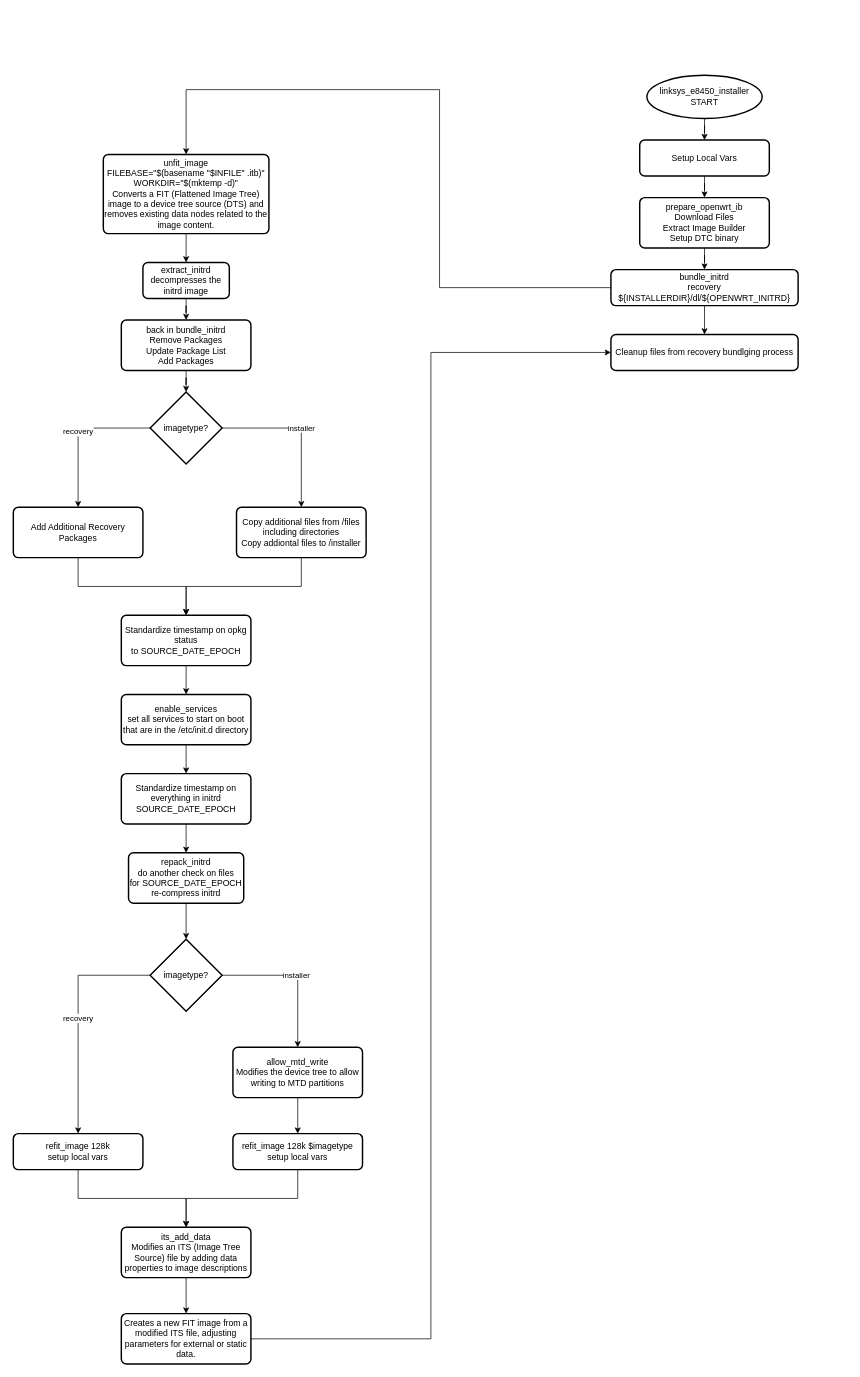
This is Untitled Diagram.drawio from clutch2sft/tg-owrt-ubi-installer, a draw.io file, before an edit. Source tidied: cells renumbered, new cells numbered last; positions are measured from the earlier drawing's top-left corner, leaving out a move shared by most shapes. Both pictures are drawn from the tidied source at 72%, with x=0, y=0 at pixel (13, 75).
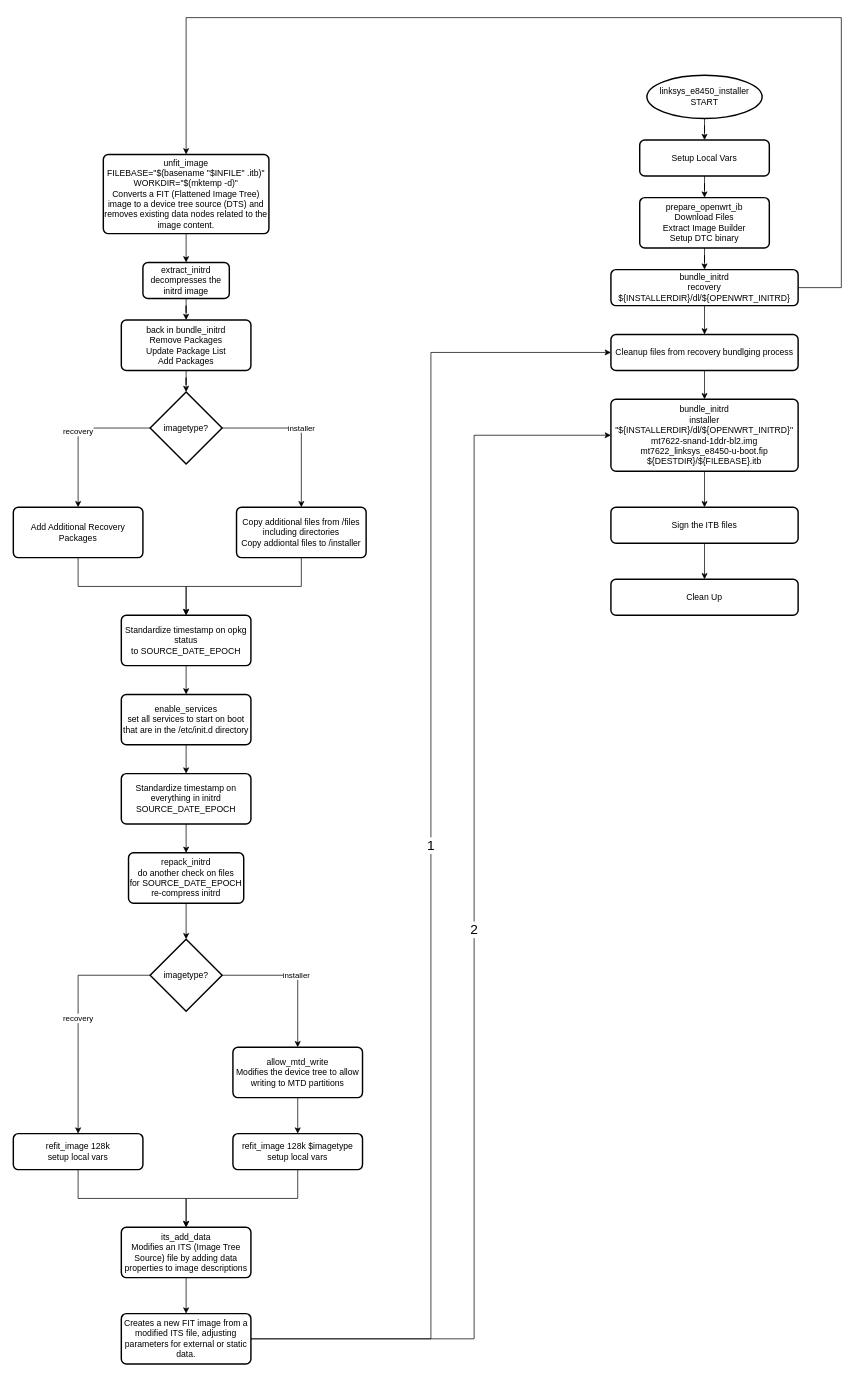
Above is the later version.

Unchanged cells that the change refers to:
```xml
<mxCell id="10" value="bundle_initrd&lt;br&gt;recovery&lt;br&gt;${INSTALLERDIR}/dl/${OPENWRT_INITRD}" style="rounded=1;whiteSpace=wrap;html=1;absoluteArcSize=1;arcSize=14;strokeWidth=2;" parent="1" vertex="1">
  <mxGeometry x="830" y="270" width="260" height="50" as="geometry" />
</mxCell>
<mxCell id="42" value="Creates a new FIT image from a modified ITS file, adjusting parameters for external or static data." style="rounded=1;whiteSpace=wrap;html=1;absoluteArcSize=1;arcSize=14;strokeWidth=2;" parent="1" vertex="1">
  <mxGeometry x="150" y="1720" width="180" height="70" as="geometry" />
</mxCell>
<mxCell id="43" value="Cleanup files from recovery bundlging process" style="rounded=1;whiteSpace=wrap;html=1;absoluteArcSize=1;arcSize=14;strokeWidth=2;" parent="1" vertex="1">
  <mxGeometry x="830" y="360" width="260" height="50" as="geometry" />
</mxCell>
<mxCell id="45" value="unfit_image&lt;br&gt;FILEBASE=&quot;$(basename &quot;$INFILE&quot; .itb)&quot;&lt;br&gt;WORKDIR=&quot;$(mktemp -d)&quot;&lt;br&gt;Converts a FIT (Flattened Image Tree) image to a device tree source (DTS) and removes existing data nodes related to the image content." style="rounded=1;whiteSpace=wrap;html=1;absoluteArcSize=1;arcSize=14;strokeWidth=2;" parent="1" vertex="1">
  <mxGeometry x="125" y="110" width="230" height="110" as="geometry" />
</mxCell>
```

Change to the diagram source:
```diff
@@
+    <mxCell id="9" style="edgeStyle=orthogonalEdgeStyle;rounded=0;jettySize=auto;html=1;" parent="1" edge="1" source="10" target="43">
+      <mxGeometry relative="1" as="geometry" />
+    </mxCell>
     <mxCell id="8" style="edgeStyle=orthogonalEdgeStyle;rounded=0;jettySize=auto;html=1;entryX=0.5;entryY=0;entryDx=0;entryDy=0;" parent="1" edge="1" source="10" target="45">
       <mxGeometry relative="1" as="geometry">
         <Array as="points">
-          <mxPoint x="592" y="295" />
-          <mxPoint x="592" y="20" />
-          <mxPoint x="240" y="20" />
+          <mxPoint x="1150" y="295" />
+          <mxPoint x="1150" y="-80" />
+          <mxPoint x="240" y="-80" />
         </Array>
       </mxGeometry>
     </mxCell>
-    <mxCell id="9" style="edgeStyle=orthogonalEdgeStyle;rounded=0;jettySize=auto;html=1;" parent="1" edge="1" source="10" target="43">
-      <mxGeometry relative="1" as="geometry" />
-    </mxCell>
@@
-    <mxCell id="41" style="edgeStyle=orthogonalEdgeStyle;rounded=0;jettySize=auto;html=1;entryX=0;entryY=0.5;entryDx=0;entryDy=0;" parent="1" edge="1" source="42" target="43">
+    <mxCell id="41" value="1" style="edgeStyle=orthogonalEdgeStyle;rounded=0;jettySize=auto;html=1;entryX=0;entryY=0.5;entryDx=0;entryDy=0;fontSize=19;" parent="1" edge="1" source="42" target="43">
       <mxGeometry relative="1" as="geometry" />
     </mxCell>
+    <mxCell id="46" value="2" style="edgeStyle=orthogonalEdgeStyle;rounded=0;jettySize=auto;html=1;entryX=0;entryY=0.5;entryDx=0;entryDy=0;fontSize=19;" parent="1" edge="1" source="42" target="49">
+      <mxGeometry relative="1" as="geometry">
+        <Array as="points">
+          <mxPoint x="640" y="1755.1" />
+          <mxPoint x="640" y="500.1" />
+        </Array>
+      </mxGeometry>
+    </mxCell>
@@
+    <mxCell id="47" style="edgeStyle=orthogonalEdgeStyle;rounded=0;jettySize=auto;html=1;entryX=0.5;entryY=0;entryDx=0;entryDy=0;" parent="1" edge="1" source="43" target="49">
+      <mxGeometry relative="1" as="geometry" />
+    </mxCell>
@@
+    <mxCell id="48" style="edgeStyle=orthogonalEdgeStyle;rounded=0;jettySize=auto;html=1;" parent="1" edge="1" source="49" target="51">
+      <mxGeometry relative="1" as="geometry" />
+    </mxCell>
+    <mxCell id="49" value="bundle_initrd&lt;br&gt;installer &quot;${INSTALLERDIR}/dl/${OPENWRT_INITRD}&quot;&lt;br&gt;mt7622-snand-1ddr-bl2.img&lt;br&gt;mt7622_linksys_e8450-u-boot.fip&lt;br&gt;${DESTDIR}/${FILEBASE}.itb" style="rounded=1;whiteSpace=wrap;html=1;absoluteArcSize=1;arcSize=14;strokeWidth=2;" parent="1" vertex="1">
+      <mxGeometry x="830" y="450" width="260" height="100" as="geometry" />
+    </mxCell>
+    <mxCell id="50" style="edgeStyle=orthogonalEdgeStyle;rounded=0;jettySize=auto;html=1;entryX=0.5;entryY=0;entryDx=0;entryDy=0;" parent="1" edge="1" source="51" target="52">
+      <mxGeometry relative="1" as="geometry" />
+    </mxCell>
+    <mxCell id="51" value="Sign the ITB files" style="rounded=1;whiteSpace=wrap;html=1;absoluteArcSize=1;arcSize=14;strokeWidth=2;" parent="1" vertex="1">
+      <mxGeometry x="830" y="600" width="260" height="50" as="geometry" />
+    </mxCell>
+    <mxCell id="52" value="Clean Up" style="rounded=1;whiteSpace=wrap;html=1;absoluteArcSize=1;arcSize=14;strokeWidth=2;" parent="1" vertex="1">
+      <mxGeometry x="830" y="700" width="260" height="50" as="geometry" />
+    </mxCell>
```
